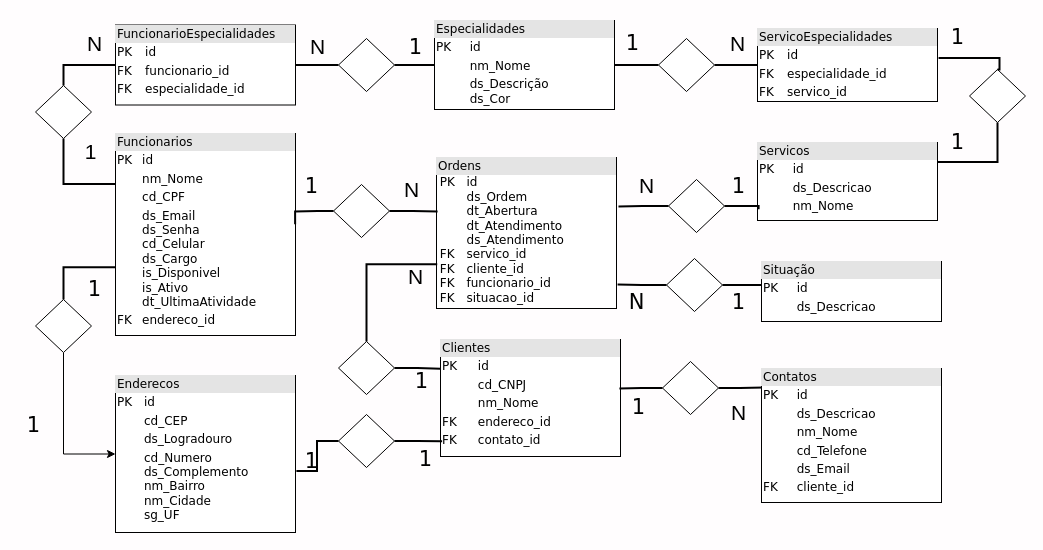
Earlier version of the draw.io diagram Diagrama Entidades.drawio (S-I-G-O-S/planejamento). Source tidied: cells renumbered, new cells numbered last; positions are measured from the earlier drawing's top-left corner, leaving out a move shared by most shapes. Both pictures are drawn from the tidied source at 100%, with x=0, y=0 at pixel (17, 17).
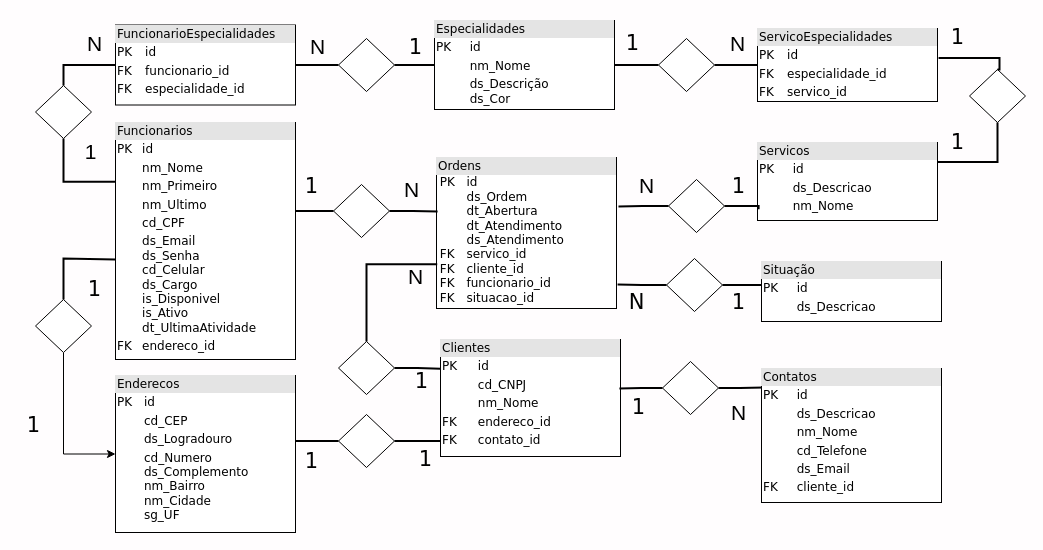
The same diagram, later.

Commit message:
Att Funcionarios nomes

Unchanged cells that the change refers to:
```xml
<mxCell id="4" value="&lt;div style=&quot;box-sizing: border-box ; width: 100% ; background: #e4e4e4 ; padding: 2px&quot;&gt;Clientes&lt;/div&gt;&lt;table style=&quot;width: 100% ; font-size: 1em&quot; cellpadding=&quot;2&quot; cellspacing=&quot;0&quot;&gt;&lt;tbody&gt;&lt;tr&gt;&lt;td&gt;PK&lt;/td&gt;&lt;td&gt;id&lt;/td&gt;&lt;/tr&gt;&lt;tr&gt;&lt;td&gt;&lt;br&gt;&lt;/td&gt;&lt;td&gt;cd_CNPJ&lt;/td&gt;&lt;/tr&gt;&lt;tr&gt;&lt;td&gt;&lt;/td&gt;&lt;td&gt;nm_Nome&lt;/td&gt;&lt;/tr&gt;&lt;tr&gt;&lt;td&gt;FK&lt;/td&gt;&lt;td&gt;endereco_id&lt;/td&gt;&lt;/tr&gt;&lt;tr&gt;&lt;td&gt;FK&lt;/td&gt;&lt;td&gt;contato_id&lt;/td&gt;&lt;/tr&gt;&lt;/tbody&gt;&lt;/table&gt;" style="verticalAlign=top;align=left;overflow=fill;html=1;rounded=0;shadow=0;comic=0;labelBackgroundColor=none;strokeWidth=1;fontFamily=Verdana;fontSize=12;" parent="1" vertex="1">
  <mxGeometry x="423" y="322" width="180" height="117" as="geometry" />
</mxCell>
<mxCell id="10" value="&lt;div style=&quot;box-sizing:border-box;width:100%;background:#e4e4e4;padding:2px;&quot;&gt;Enderecos&lt;/div&gt;&lt;table style=&quot;width:100%;font-size:1em;&quot; cellpadding=&quot;2&quot; cellspacing=&quot;0&quot;&gt;&lt;tbody&gt;&lt;tr&gt;&lt;td&gt;PK&lt;/td&gt;&lt;td&gt;id&lt;/td&gt;&lt;/tr&gt;&lt;tr&gt;&lt;td&gt;&lt;br&gt;&lt;/td&gt;&lt;td&gt;cd_CEP&lt;/td&gt;&lt;/tr&gt;&lt;tr&gt;&lt;td&gt;&lt;br&gt;&lt;/td&gt;&lt;td&gt;ds_Logradouro&lt;/td&gt;&lt;/tr&gt;&lt;tr&gt;&lt;td&gt;&lt;br&gt;&lt;/td&gt;&lt;td&gt;cd_Numero&lt;br&gt;ds_Complemento&lt;br&gt;nm_Bairro&lt;br&gt;nm_Cidade&lt;br&gt;sg_UF&lt;/td&gt;&lt;/tr&gt;&lt;tr&gt;&lt;td&gt;&lt;/td&gt;&lt;td&gt;&lt;br&gt;&lt;/td&gt;&lt;/tr&gt;&lt;/tbody&gt;&lt;/table&gt;" style="verticalAlign=top;align=left;overflow=fill;html=1;rounded=0;shadow=0;comic=0;labelBackgroundColor=none;strokeWidth=1;fontFamily=Verdana;fontSize=12;" parent="1" vertex="1">
  <mxGeometry x="98" y="358" width="180" height="157" as="geometry" />
</mxCell>
<mxCell id="25" style="rhombus;whiteSpace=wrap;html=1;fontFamily=Architects Daughter;" parent="1" vertex="1">
  <mxGeometry x="316" y="167" width="56" height="53" as="geometry" />
</mxCell>
<mxCell id="44" style="rhombus;whiteSpace=wrap;html=1;fontFamily=Architects Daughter;" parent="1" vertex="1">
  <mxGeometry x="321" y="397" width="56" height="53" as="geometry" />
</mxCell>
<mxCell id="51" style="rhombus;whiteSpace=wrap;html=1;fontFamily=Architects Daughter;" parent="1" vertex="1">
  <mxGeometry x="18" y="282" width="56" height="53" as="geometry" />
</mxCell>
<mxCell id="66" value="&lt;span style=&quot;font-family: Verdana;&quot;&gt;1&lt;/span&gt;" style="text;html=1;align=center;verticalAlign=middle;points=[];strokeColor=none;fillColor=none;fontSize=21;fontFamily=Architects Daughter;" parent="1" vertex="1">
  <mxGeometry x="278" y="424" width="31" height="39" as="geometry" />
</mxCell>
```

The edit, as a diff of the source:
```diff
@@
-    <mxCell id="2" value="&lt;div style=&quot;box-sizing:border-box;width:100%;background:#e4e4e4;padding:2px;&quot;&gt;Funcionarios&lt;/div&gt;&lt;table style=&quot;width:100%;font-size:1em;&quot; cellpadding=&quot;2&quot; cellspacing=&quot;0&quot;&gt;&lt;tbody&gt;&lt;tr&gt;&lt;td&gt;PK&lt;/td&gt;&lt;td&gt;id&lt;br&gt;&lt;/td&gt;&lt;/tr&gt;&lt;tr&gt;&lt;td&gt;&lt;br&gt;&lt;/td&gt;&lt;td&gt;nm_Nome&lt;/td&gt;&lt;/tr&gt;&lt;tr&gt;&lt;td&gt;&lt;br&gt;&lt;/td&gt;&lt;td&gt;cd_CPF&lt;/td&gt;&lt;/tr&gt;&lt;tr&gt;&lt;td&gt;&lt;br&gt;&lt;br&gt;&lt;/td&gt;&lt;td&gt;ds_Email&lt;br&gt;ds_Senha&lt;br&gt;cd_Celular&lt;br&gt;ds_Cargo&lt;br&gt;is_Disponivel&lt;br&gt;is_Ativo&lt;br&gt;dt_UltimaAtividade&lt;br&gt;&lt;/td&gt;&lt;/tr&gt;&lt;tr&gt;&lt;td&gt;FK&lt;/td&gt;&lt;td&gt;endereco_id&lt;br&gt;&lt;/td&gt;&lt;/tr&gt;&lt;tr&gt;&lt;td&gt;&lt;br&gt;&lt;/td&gt;&lt;td&gt;&lt;br&gt;&lt;/td&gt;&lt;/tr&gt;&lt;/tbody&gt;&lt;/table&gt;" style="verticalAlign=top;align=left;overflow=fill;html=1;rounded=0;shadow=0;comic=0;labelBackgroundColor=none;strokeWidth=1;fontFamily=Verdana;fontSize=12;" parent="1" vertex="1">
-      <mxGeometry x="98" y="116" width="180" height="202" as="geometry" />
+    <mxCell id="2" value="&lt;div style=&quot;box-sizing:border-box;width:100%;background:#e4e4e4;padding:2px;&quot;&gt;Funcionarios&lt;/div&gt;&lt;table style=&quot;width:100%;font-size:1em;&quot; cellpadding=&quot;2&quot; cellspacing=&quot;0&quot;&gt;&lt;tbody&gt;&lt;tr&gt;&lt;td&gt;PK&lt;/td&gt;&lt;td&gt;id&lt;br&gt;&lt;/td&gt;&lt;/tr&gt;&lt;tr&gt;&lt;td&gt;&lt;br&gt;&lt;/td&gt;&lt;td&gt;nm_Nome&lt;br&gt;&lt;/td&gt;&lt;/tr&gt;&lt;tr&gt;&lt;td&gt;&lt;br&gt;&lt;/td&gt;&lt;td&gt;nm_Primeiro&lt;/td&gt;&lt;/tr&gt;&lt;tr&gt;&lt;td&gt;&lt;br&gt;&lt;/td&gt;&lt;td&gt;nm_Ultimo&lt;/td&gt;&lt;/tr&gt;&lt;tr&gt;&lt;td&gt;&lt;br&gt;&lt;/td&gt;&lt;td&gt;cd_CPF&lt;/td&gt;&lt;/tr&gt;&lt;tr&gt;&lt;td&gt;&lt;br&gt;&lt;br&gt;&lt;/td&gt;&lt;td&gt;ds_Email&lt;br&gt;ds_Senha&lt;br&gt;cd_Celular&lt;br&gt;ds_Cargo&lt;br&gt;is_Disponivel&lt;br&gt;is_Ativo&lt;br&gt;dt_UltimaAtividade&lt;br&gt;&lt;/td&gt;&lt;/tr&gt;&lt;tr&gt;&lt;td&gt;FK&lt;/td&gt;&lt;td&gt;endereco_id&lt;br&gt;&lt;/td&gt;&lt;/tr&gt;&lt;tr&gt;&lt;td&gt;&lt;br&gt;&lt;/td&gt;&lt;td&gt;&lt;br&gt;&lt;/td&gt;&lt;/tr&gt;&lt;/tbody&gt;&lt;/table&gt;" style="verticalAlign=top;align=left;overflow=fill;html=1;rounded=0;shadow=0;comic=0;labelBackgroundColor=none;strokeWidth=1;fontFamily=Verdana;fontSize=12;" parent="1" vertex="1">
+      <mxGeometry x="98" y="105" width="180" height="237" as="geometry" />
     </mxCell>
@@
-    <mxCell id="48" style="edgeStyle=orthogonalEdgeStyle;shape=connector;rounded=0;jettySize=auto;html=1;exitX=1;exitY=0.5;exitDx=0;exitDy=0;entryX=0.009;entryY=0.869;entryDx=0;entryDy=0;entryPerimeter=0;strokeColor=default;strokeWidth=2;align=center;verticalAlign=middle;fontFamily=Architects Daughter;fontSize=16;fontColor=default;labelBackgroundColor=default;endArrow=none;endFill=0;flowAnimation=0;sourcePerimeterSpacing=8;targetPerimeterSpacing=8;" parent="1" edge="1" source="44" target="4">
+    <mxCell id="48" style="edgeStyle=orthogonalEdgeStyle;shape=connector;rounded=0;jettySize=auto;html=1;exitX=1;exitY=0.5;exitDx=0;exitDy=0;entryX=0.001;entryY=0.868;entryDx=0;entryDy=0;entryPerimeter=0;strokeColor=default;strokeWidth=2;align=center;verticalAlign=middle;fontFamily=Architects Daughter;fontSize=16;fontColor=default;labelBackgroundColor=default;endArrow=none;endFill=0;flowAnimation=0;sourcePerimeterSpacing=8;targetPerimeterSpacing=8;" parent="1" edge="1" source="44" target="4">
       <mxGeometry relative="1" as="geometry" />
     </mxCell>
-    <mxCell id="49" style="edgeStyle=orthogonalEdgeStyle;shape=connector;rounded=0;jettySize=auto;html=1;exitX=0;exitY=0.5;exitDx=0;exitDy=0;entryX=1.005;entryY=0.609;entryDx=0;entryDy=0;entryPerimeter=0;strokeColor=default;strokeWidth=2;align=center;verticalAlign=middle;fontFamily=Architects Daughter;fontSize=16;fontColor=default;labelBackgroundColor=default;endArrow=none;endFill=0;flowAnimation=0;sourcePerimeterSpacing=8;targetPerimeterSpacing=8;" parent="1" edge="1" source="44" target="10">
-      <mxGeometry relative="1" as="geometry" />
+    <mxCell id="49" style="edgeStyle=orthogonalEdgeStyle;shape=connector;rounded=0;jettySize=auto;html=1;exitX=0;exitY=0.5;exitDx=0;exitDy=0;entryX=-0.001;entryY=-0.012;entryDx=0;entryDy=0;entryPerimeter=0;strokeColor=default;strokeWidth=2;align=center;verticalAlign=middle;fontFamily=Architects Daughter;fontSize=16;fontColor=default;labelBackgroundColor=default;endArrow=none;endFill=0;flowAnimation=0;sourcePerimeterSpacing=8;targetPerimeterSpacing=8;" parent="1" edge="1" source="44" target="66">
+      <mxGeometry relative="1" as="geometry">
+        <Array as="points">
+          <mxPoint x="300" y="424" />
+        </Array>
+      </mxGeometry>
     </mxCell>
-    <mxCell id="50" style="edgeStyle=orthogonalEdgeStyle;rounded=0;jettySize=auto;html=1;entryX=0;entryY=0.5;entryDx=0;entryDy=0;exitX=0.5;exitY=1;exitDx=0;exitDy=0;" parent="1" edge="1" source="51" target="10">
+    <mxCell id="50" style="rounded=0;jettySize=auto;html=1;entryX=0;entryY=0.5;entryDx=0;entryDy=0;exitX=0.5;exitY=1;exitDx=0;exitDy=0;edgeStyle=orthogonalEdgeStyle;" parent="1" edge="1" source="51" target="10">
       <mxGeometry relative="1" as="geometry" />
     </mxCell>
@@
-    <mxCell id="52" style="edgeStyle=orthogonalEdgeStyle;shape=connector;rounded=0;jettySize=auto;html=1;exitX=0.5;exitY=0;exitDx=0;exitDy=0;entryX=0;entryY=0.662;entryDx=0;entryDy=0;entryPerimeter=0;strokeColor=default;strokeWidth=2;align=center;verticalAlign=middle;fontFamily=Architects Daughter;fontSize=16;fontColor=default;labelBackgroundColor=default;endArrow=none;endFill=0;flowAnimation=0;sourcePerimeterSpacing=8;targetPerimeterSpacing=8;" parent="1" edge="1" source="51" target="2">
-      <mxGeometry relative="1" as="geometry" />
+    <mxCell id="52" style="edgeStyle=orthogonalEdgeStyle;shape=connector;rounded=0;jettySize=auto;html=1;exitX=0.5;exitY=0;exitDx=0;exitDy=0;entryX=-0.001;entryY=0.578;entryDx=0;entryDy=0;entryPerimeter=0;strokeColor=default;strokeWidth=2;align=center;verticalAlign=middle;fontFamily=Architects Daughter;fontSize=16;fontColor=default;labelBackgroundColor=default;endArrow=none;endFill=0;flowAnimation=0;sourcePerimeterSpacing=8;targetPerimeterSpacing=8;" parent="1" edge="1" source="51" target="2">
+      <mxGeometry relative="1" as="geometry">
+        <Array as="points">
+          <mxPoint x="46" y="241" />
+          <mxPoint x="98" y="241" />
+        </Array>
+      </mxGeometry>
     </mxCell>
@@
-    <mxCell id="55" style="edgeStyle=orthogonalEdgeStyle;shape=connector;rounded=0;jettySize=auto;html=1;exitX=0;exitY=0.5;exitDx=0;exitDy=0;strokeColor=default;strokeWidth=2;align=center;verticalAlign=middle;fontFamily=Architects Daughter;fontSize=16;fontColor=default;labelBackgroundColor=default;endArrow=none;endFill=0;flowAnimation=0;sourcePerimeterSpacing=8;targetPerimeterSpacing=8;entryX=0.998;entryY=0.449;entryDx=0;entryDy=0;entryPerimeter=0;" parent="1" edge="1" source="25" target="2">
+    <mxCell id="55" style="edgeStyle=orthogonalEdgeStyle;shape=connector;rounded=0;jettySize=auto;html=1;exitX=0;exitY=0.5;exitDx=0;exitDy=0;strokeColor=default;strokeWidth=2;align=center;verticalAlign=middle;fontFamily=Architects Daughter;fontSize=16;fontColor=default;labelBackgroundColor=default;endArrow=none;endFill=0;flowAnimation=0;sourcePerimeterSpacing=8;targetPerimeterSpacing=8;entryX=1.001;entryY=0.373;entryDx=0;entryDy=0;entryPerimeter=0;" parent="1" edge="1" source="25" target="2">
       <mxGeometry relative="1" as="geometry">
         <Array as="points">
-          <mxPoint x="300" y="193" />
-          <mxPoint x="300" y="194" />
+          <mxPoint x="282" y="193" />
         </Array>
       </mxGeometry>
     </mxCell>
```
